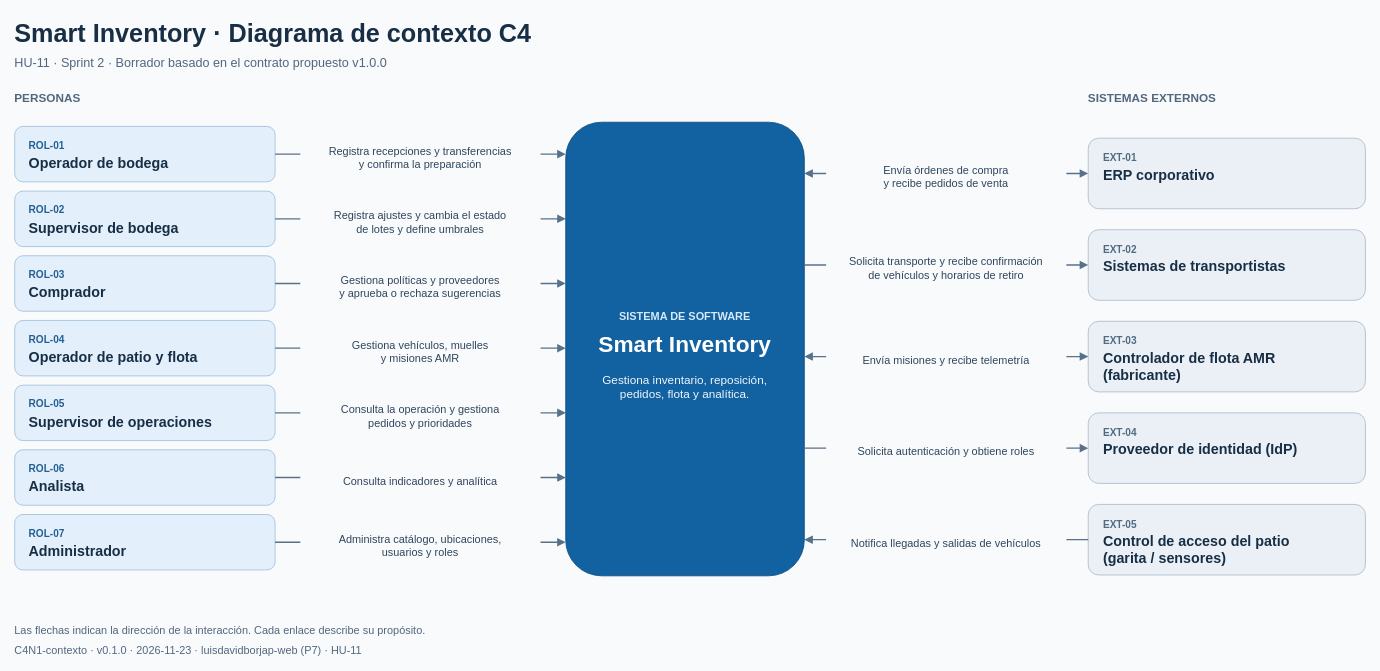
The draw.io diagram docs/diagramas/fuente/C4N1-contexto.drawio in elorgus/Deber-2-Sistemas, before the edit. Source tidied: cells renumbered, new cells numbered last; positions are measured from the earlier drawing's top-left corner, leaving out a move shared by most shapes. Both pictures are drawn from the tidied source at 84%, with x=0, y=0 at pixel (14, 14).
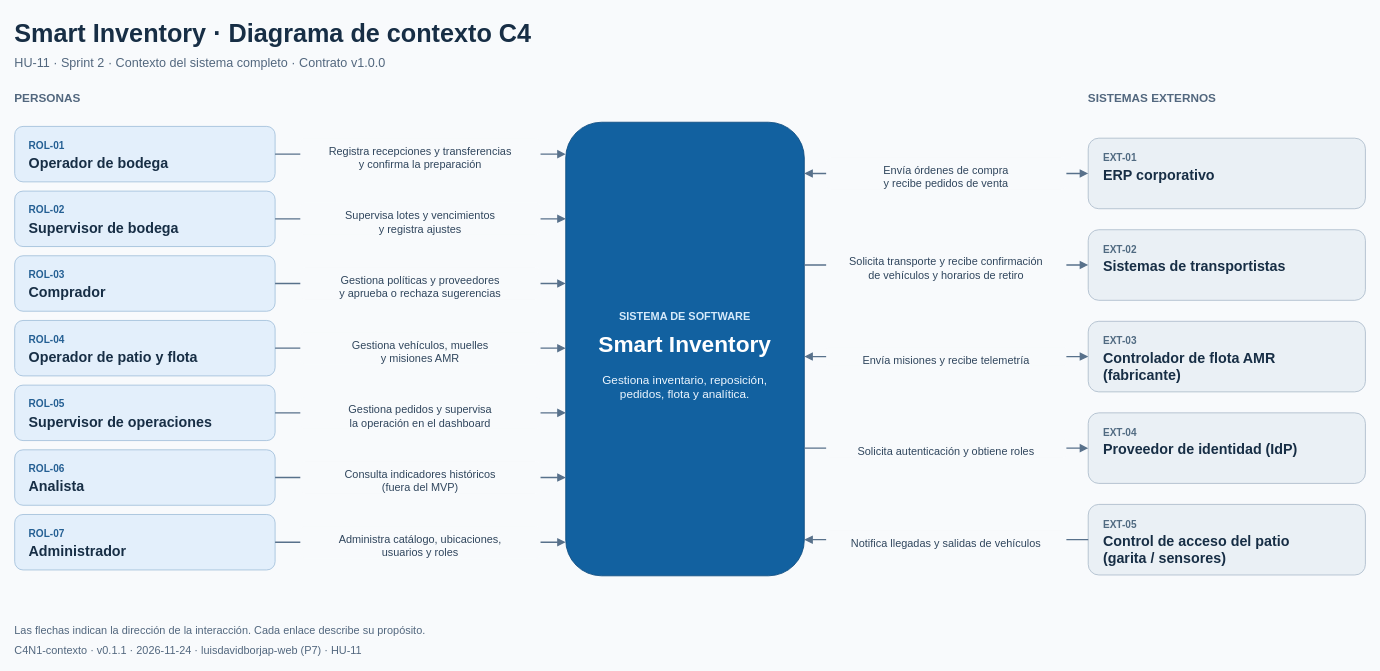
The same page after the edit.

Commit message (it also covers changes not shown here):
docs(HU-11): actualiza el diagrama de contexto según el alcance aprobado

What changed in the source:
```diff
@@
-    <mxCell id="3" value="HU-11 · Sprint 2 · Borrador basado en el contrato propuesto v1.0.0" style="text;html=0;strokeColor=none;fillColor=none;align=left;verticalAlign=top;whiteSpace=wrap;overflow=visible;spacing=0;fontFamily=Arial;fontSize=15;fontColor=#52677e;fontStyle=0;" parent="1" vertex="1">
+    <mxCell id="3" value="HU-11 · Sprint 2 · Contexto del sistema completo · Contrato v1.0.0" style="text;html=0;strokeColor=none;fillColor=none;align=left;verticalAlign=top;whiteSpace=wrap;overflow=visible;spacing=0;fontFamily=Arial;fontSize=15;fontColor=#52677e;fontStyle=0;" parent="1" vertex="1">
       <mxGeometry y="44" width="1100" height="18" as="geometry" />
     </mxCell>
@@
-    <mxCell id="21" value="Registra ajustes y cambia el estado&#10;de lotes y define umbrales" style="text;html=0;strokeColor=none;fillColor=none;align=center;verticalAlign=top;whiteSpace=wrap;overflow=visible;spacing=0;fontFamily=Arial;fontSize=13;fontColor=#30465d;fontStyle=0;" parent="1" vertex="1">
+    <mxCell id="21" value="Supervisa lotes y vencimientos&#10;y registra ajustes" style="text;html=0;strokeColor=none;fillColor=none;align=center;verticalAlign=top;whiteSpace=wrap;overflow=visible;spacing=0;fontFamily=Arial;fontSize=13;fontColor=#30465d;fontStyle=0;" parent="1" vertex="1">
       <mxGeometry x="340" y="227" width="286" height="32" as="geometry" />
     </mxCell>
@@
-    <mxCell id="39" value="Consulta la operación y gestiona&#10;pedidos y prioridades" style="text;html=0;strokeColor=none;fillColor=none;align=center;verticalAlign=top;whiteSpace=wrap;overflow=visible;spacing=0;fontFamily=Arial;fontSize=13;fontColor=#30465d;fontStyle=0;" parent="1" vertex="1">
+    <mxCell id="39" value="Gestiona pedidos y supervisa&#10;la operación en el dashboard" style="text;html=0;strokeColor=none;fillColor=none;align=center;verticalAlign=top;whiteSpace=wrap;overflow=visible;spacing=0;fontFamily=Arial;fontSize=13;fontColor=#30465d;fontStyle=0;" parent="1" vertex="1">
       <mxGeometry x="340" y="458" width="286" height="32" as="geometry" />
     </mxCell>
@@
     <mxCell id="44" style="rounded=1;html=0;strokeColor=none;fillColor=#f8fafc;" parent="1" vertex="1">
-      <mxGeometry x="340" y="540" width="286" height="22" as="geometry" />
+      <mxGeometry x="340" y="532" width="286" height="38" as="geometry" />
     </mxCell>
-    <mxCell id="45" value="Consulta indicadores y analítica" style="text;html=0;strokeColor=none;fillColor=none;align=center;verticalAlign=top;whiteSpace=wrap;overflow=visible;spacing=0;fontFamily=Arial;fontSize=13;fontColor=#30465d;fontStyle=0;" parent="1" vertex="1">
-      <mxGeometry x="340" y="543" width="286" height="16" as="geometry" />
+    <mxCell id="45" value="Consulta indicadores históricos&#10;(fuera del MVP)" style="text;html=0;strokeColor=none;fillColor=none;align=center;verticalAlign=top;whiteSpace=wrap;overflow=visible;spacing=0;fontFamily=Arial;fontSize=13;fontColor=#30465d;fontStyle=0;" parent="1" vertex="1">
+      <mxGeometry x="340" y="535" width="286" height="32" as="geometry" />
     </mxCell>
@@
-    <mxCell id="83" value="C4N1-contexto · v0.1.0 · 2026-11-23 · luisdavidborjap-web (P7) · HU-11" style="text;html=0;strokeColor=none;fillColor=none;align=left;verticalAlign=top;whiteSpace=wrap;overflow=visible;spacing=0;fontFamily=Arial;fontSize=13;fontColor=#52677e;fontStyle=0;" parent="1" vertex="1">
+    <mxCell id="83" value="C4N1-contexto · v0.1.1 · 2026-11-24 · luisdavidborjap-web (P7) · HU-11" style="text;html=0;strokeColor=none;fillColor=none;align=left;verticalAlign=top;whiteSpace=wrap;overflow=visible;spacing=0;fontFamily=Arial;fontSize=13;fontColor=#52677e;fontStyle=0;" parent="1" vertex="1">
       <mxGeometry y="744" width="1100" height="16" as="geometry" />
     </mxCell>
```
